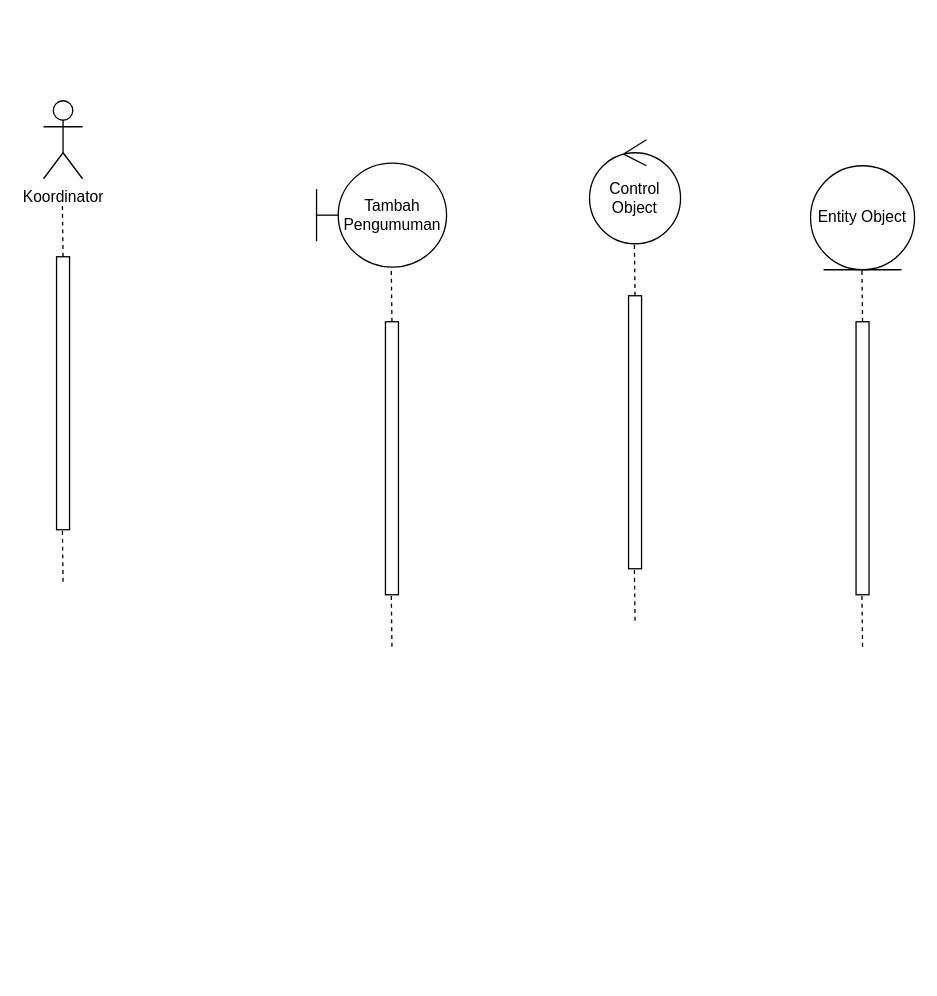
BagusCPaste/draw.io keeps this draw.io diagram as Website Bimbingan Online/Sequence Diagram/monitoring sidang.drawio. Above is the earlier version. Source tidied: cells renumbered, new cells numbered last; positions are measured from the earlier drawing's top-left corner, leaving out a move shared by most shapes. Both pictures are drawn from the tidied source at 130%, with x=0, y=0 at pixel (43, 100).
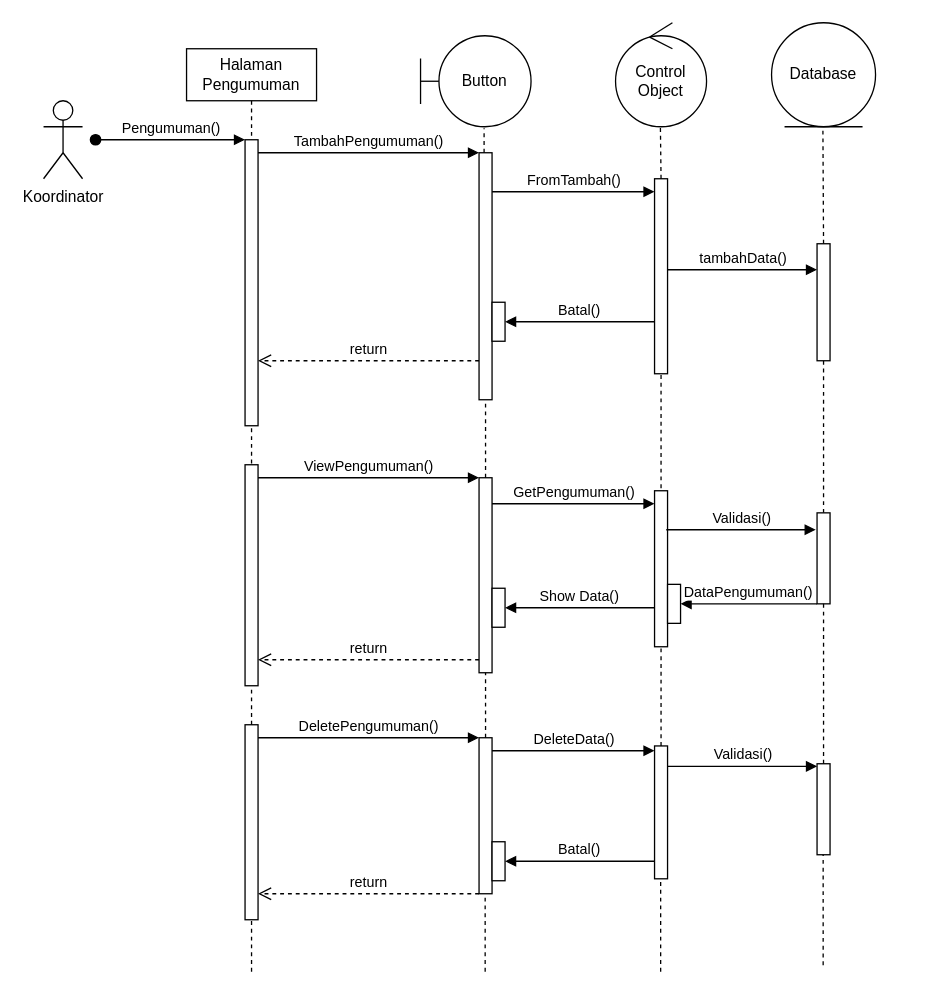
Above is the later version.

Diff of the diagram source:
```diff
@@
+    <mxCell id="29" value="Halaman Pengumuman" style="shape=umlLifeline;perimeter=lifelinePerimeter;whiteSpace=wrap;html=1;newEdgeStyle={&quot;edgeStyle&quot;:&quot;elbowEdgeStyle&quot;,&quot;elbow&quot;:&quot;vertical&quot;,&quot;curved&quot;:0,&quot;rounded&quot;:0};" parent="1" vertex="1">
+      <mxGeometry x="110" y="-40" width="100" height="370" as="geometry" />
+    </mxCell>
+    <mxCell id="30" style="html=1;points=[];perimeter=orthogonalPerimeter;outlineConnect=0;targetShapes=umlLifeline;portConstraint=eastwest;newEdgeStyle={&quot;edgeStyle&quot;:&quot;elbowEdgeStyle&quot;,&quot;elbow&quot;:&quot;vertical&quot;,&quot;curved&quot;:0,&quot;rounded&quot;:0};" parent="29" vertex="1">
+      <mxGeometry x="45" y="70" width="10" height="220" as="geometry" />
+    </mxCell>
+    <mxCell id="31" value="Pengumuman()" style="html=1;verticalAlign=bottom;startArrow=oval;endArrow=block;startSize=8;edgeStyle=elbowEdgeStyle;elbow=vertical;curved=0;rounded=0;" parent="29" edge="1" target="30">
+      <mxGeometry relative="1" as="geometry">
+        <mxPoint x="-70" y="70" as="sourcePoint" />
+      </mxGeometry>
+    </mxCell>
+    <mxCell id="32" value="TambahPengumuman()" style="html=1;verticalAlign=bottom;endArrow=block;edgeStyle=elbowEdgeStyle;elbow=vertical;curved=0;rounded=0;" parent="1" edge="1" source="30" target="67">
+      <mxGeometry relative="1" as="geometry">
+        <Array as="points">
+          <mxPoint x="250" y="40" />
+        </Array>
+      </mxGeometry>
+    </mxCell>
+    <mxCell id="33" value="return" style="html=1;verticalAlign=bottom;endArrow=open;dashed=1;endSize=8;edgeStyle=elbowEdgeStyle;elbow=vertical;curved=0;rounded=0;" parent="1" edge="1" source="67" target="30">
+      <mxGeometry relative="1" as="geometry">
+        <Array as="points">
+          <mxPoint x="260" y="200" />
+        </Array>
+      </mxGeometry>
+    </mxCell>
@@
-    <mxCell id="3" style="group;" parent="1" vertex="1">
-      <mxGeometry x="420" y="30" width="70" height="370" as="geometry" />
-    </mxCell>
+    <mxCell id="34" style="group;" parent="1" vertex="1">
+      <mxGeometry x="440" y="-60" width="70" height="370" as="geometry" />
+    </mxCell>
-    <mxCell id="4" value="Control Object" style="ellipse;shape=umlControl;whiteSpace=wrap;html=1;" parent="3" vertex="1">
+    <mxCell id="4" value="Control Object" style="ellipse;shape=umlControl;whiteSpace=wrap;html=1;" parent="34" vertex="1">
       <mxGeometry width="70" height="80" as="geometry" />
     </mxCell>
-    <mxCell id="5" style="group;" parent="3" vertex="1">
+    <mxCell id="5" style="group;" parent="34" vertex="1">
       <mxGeometry x="30" y="80" width="10" height="290" as="geometry" />
     </mxCell>
-    <mxCell id="6" style="group;" parent="5" vertex="1">
-      <mxGeometry y="40" width="10" height="250" as="geometry" />
-    </mxCell>
-    <mxCell id="7" style="html=1;perimeter=orthogonalPerimeter;targetShapes=umlLifeline;newEdgeStyle={&quot;curved&quot;:0,&quot;rounded&quot;:0};" parent="6" vertex="1">
-      <mxGeometry width="10" height="210" as="geometry" />
-    </mxCell>
-    <mxCell id="8" style="endArrow=none;dashed=1;html=1;rounded=0;" parent="6" edge="1">
-      <mxGeometry relative="1" as="geometry">
-        <mxPoint x="5" y="250" as="sourcePoint" />
-        <mxPoint x="4.5" y="210" as="targetPoint" />
-      </mxGeometry>
-    </mxCell>
-    <mxCell id="9" style="endArrow=none;dashed=1;html=1;rounded=0;" parent="5" edge="1">
-      <mxGeometry relative="1" as="geometry">
-        <mxPoint x="5" y="40" as="sourcePoint" />
-        <mxPoint x="4.5" as="targetPoint" />
-      </mxGeometry>
-    </mxCell>
-    <mxCell id="10" style="group;" parent="1" vertex="1">
-      <mxGeometry x="590" y="50" width="80" height="370" as="geometry" />
-    </mxCell>
-    <mxCell id="11" value="Entity Object" style="ellipse;shape=umlEntity;whiteSpace=wrap;html=1;" parent="10" vertex="1">
-      <mxGeometry width="80" height="80" as="geometry" />
-    </mxCell>
-    <mxCell id="12" style="group;" parent="10" vertex="1">
-      <mxGeometry x="35" y="80" width="10" height="290" as="geometry" />
-    </mxCell>
-    <mxCell id="13" style="group;" parent="12" vertex="1">
-      <mxGeometry y="40" width="10" height="250" as="geometry" />
-    </mxCell>
-    <mxCell id="14" style="html=1;perimeter=orthogonalPerimeter;targetShapes=umlLifeline;newEdgeStyle={&quot;curved&quot;:0,&quot;rounded&quot;:0};" parent="13" vertex="1">
-      <mxGeometry width="10" height="210" as="geometry" />
-    </mxCell>
-    <mxCell id="15" style="endArrow=none;dashed=1;html=1;rounded=0;" parent="13" edge="1">
-      <mxGeometry relative="1" as="geometry">
-        <mxPoint x="5" y="250" as="sourcePoint" />
-        <mxPoint x="4.5" y="210" as="targetPoint" />
-      </mxGeometry>
-    </mxCell>
-    <mxCell id="16" style="endArrow=none;dashed=1;html=1;rounded=0;" parent="12" edge="1">
-      <mxGeometry relative="1" as="geometry">
-        <mxPoint x="5" y="40" as="sourcePoint" />
-        <mxPoint x="4.5" as="targetPoint" />
-      </mxGeometry>
-    </mxCell>
-    <mxCell id="17" style="group;" parent="1" vertex="1">
-      <mxGeometry x="10" y="80" width="10" height="290" as="geometry" />
-    </mxCell>
-    <mxCell id="18" style="group;" parent="17" vertex="1">
-      <mxGeometry y="40" width="10" height="250" as="geometry" />
-    </mxCell>
-    <mxCell id="19" style="html=1;perimeter=orthogonalPerimeter;targetShapes=umlLifeline;newEdgeStyle={&quot;curved&quot;:0,&quot;rounded&quot;:0};" parent="18" vertex="1">
-      <mxGeometry width="10" height="210" as="geometry" />
-    </mxCell>
-    <mxCell id="20" style="endArrow=none;dashed=1;html=1;rounded=0;" parent="18" edge="1">
-      <mxGeometry relative="1" as="geometry">
-        <mxPoint x="5" y="250" as="sourcePoint" />
-        <mxPoint x="4.5" y="210" as="targetPoint" />
-      </mxGeometry>
-    </mxCell>
-    <mxCell id="21" style="endArrow=none;dashed=1;html=1;rounded=0;" parent="17" edge="1">
-      <mxGeometry relative="1" as="geometry">
-        <mxPoint x="5" y="40" as="sourcePoint" />
-        <mxPoint x="4.5" as="targetPoint" />
-      </mxGeometry>
-    </mxCell>
-    <mxCell id="22" style="group;" parent="1" vertex="1">
-      <mxGeometry x="210" y="48" width="100" height="372" as="geometry" />
-    </mxCell>
-    <mxCell id="23" value="Tambah Pengumuman" style="shape=umlBoundary;whiteSpace=wrap;html=1;" parent="22" vertex="1">
-      <mxGeometry width="100" height="80" as="geometry" />
-    </mxCell>
-    <mxCell id="24" style="group;" parent="22" vertex="1">
-      <mxGeometry x="53" y="82" width="10" height="290" as="geometry" />
-    </mxCell>
-    <mxCell id="25" style="group;" parent="24" vertex="1">
-      <mxGeometry y="40" width="10" height="250" as="geometry" />
-    </mxCell>
-    <mxCell id="26" style="html=1;perimeter=orthogonalPerimeter;targetShapes=umlLifeline;newEdgeStyle={&quot;curved&quot;:0,&quot;rounded&quot;:0};" parent="25" vertex="1">
-      <mxGeometry width="10" height="210" as="geometry" />
-    </mxCell>
-    <mxCell id="27" style="endArrow=none;dashed=1;html=1;rounded=0;" parent="25" edge="1">
-      <mxGeometry relative="1" as="geometry">
-        <mxPoint x="5" y="250" as="sourcePoint" />
-        <mxPoint x="4.5" y="210" as="targetPoint" />
-      </mxGeometry>
-    </mxCell>
-    <mxCell id="28" style="endArrow=none;dashed=1;html=1;rounded=0;" parent="24" edge="1">
-      <mxGeometry relative="1" as="geometry">
-        <mxPoint x="5" y="40" as="sourcePoint" />
-        <mxPoint x="4.5" as="targetPoint" />
-      </mxGeometry>
-    </mxCell>
+    <mxCell id="35" style="group;" parent="5" vertex="1">
+      <mxGeometry y="40" width="10" height="250" as="geometry" />
+    </mxCell>
+    <mxCell id="36" style="html=1;points=[[0,0,0,0,5],[0,1,0,0,-5],[1,0,0,0,5],[1,1,0,0,-5]];perimeter=orthogonalPerimeter;outlineConnect=0;targetShapes=umlLifeline;portConstraint=eastwest;newEdgeStyle={&quot;curved&quot;:0,&quot;rounded&quot;:0};" parent="35" vertex="1">
+      <mxGeometry width="10" height="150" as="geometry" />
+    </mxCell>
+    <mxCell id="37" style="endArrow=none;dashed=1;html=1;rounded=0;" parent="35" edge="1" target="36">
+      <mxGeometry relative="1" as="geometry">
+        <mxPoint x="5" y="250" as="sourcePoint" />
+      </mxGeometry>
+    </mxCell>
+    <mxCell id="38" style="endArrow=none;dashed=1;html=1;rounded=0;" parent="5" edge="1">
+      <mxGeometry relative="1" as="geometry">
+        <mxPoint x="5" y="40" as="sourcePoint" />
+        <mxPoint x="4.5" as="targetPoint" />
+      </mxGeometry>
+    </mxCell>
+    <mxCell id="39" value="FromTambah()" style="html=1;verticalAlign=bottom;endArrow=block;edgeStyle=elbowEdgeStyle;elbow=vertical;curved=0;rounded=0;" parent="1" edge="1">
+      <mxGeometry relative="1" as="geometry">
+        <mxPoint x="345" y="70" as="sourcePoint" />
+        <mxPoint x="470" y="70" as="targetPoint" />
+        <Array as="points">
+          <mxPoint x="418" y="70" />
+        </Array>
+      </mxGeometry>
+    </mxCell>
+    <mxCell id="40" value="tambahData()" style="html=1;verticalAlign=bottom;endArrow=block;edgeStyle=elbowEdgeStyle;elbow=vertical;curved=0;rounded=0;" parent="1" edge="1" source="36" target="54">
+      <mxGeometry relative="1" as="geometry">
+        <Array as="points">
+          <mxPoint x="563" y="130" />
+        </Array>
+      </mxGeometry>
+    </mxCell>
+    <mxCell id="41" value="Database" style="ellipse;shape=umlEntity;whiteSpace=wrap;html=1;" parent="1" vertex="1">
+      <mxGeometry x="560" y="-60" width="80" height="80" as="geometry" />
+    </mxCell>
+    <mxCell id="42" style="endArrow=none;dashed=1;html=1;rounded=0;" parent="1" edge="1">
+      <mxGeometry relative="1" as="geometry">
+        <mxPoint x="600" y="110" as="sourcePoint" />
+        <mxPoint x="599.5" y="20" as="targetPoint" />
+      </mxGeometry>
+    </mxCell>
+    <mxCell id="43" value="Batal()" style="html=1;verticalAlign=bottom;endArrow=block;edgeStyle=elbowEdgeStyle;elbow=horizontal;curved=0;rounded=0;" parent="1" edge="1" target="68">
+      <mxGeometry relative="1" as="geometry">
+        <mxPoint x="470" y="170" as="sourcePoint" />
+        <Array as="points">
+          <mxPoint x="430" y="170" />
+        </Array>
+      </mxGeometry>
+    </mxCell>
+    <mxCell id="44" style="html=1;points=[];perimeter=orthogonalPerimeter;outlineConnect=0;targetShapes=umlLifeline;portConstraint=eastwest;newEdgeStyle={&quot;edgeStyle&quot;:&quot;elbowEdgeStyle&quot;,&quot;elbow&quot;:&quot;vertical&quot;,&quot;curved&quot;:0,&quot;rounded&quot;:0};" parent="1" vertex="1">
+      <mxGeometry x="155" y="280" width="10" height="170" as="geometry" />
+    </mxCell>
+    <mxCell id="45" value="ViewPengumuman()" style="html=1;verticalAlign=bottom;endArrow=block;edgeStyle=elbowEdgeStyle;elbow=vertical;curved=0;rounded=0;" parent="1" edge="1">
+      <mxGeometry relative="1" as="geometry">
+        <mxPoint x="165" y="290" as="sourcePoint" />
+        <mxPoint x="335" y="290" as="targetPoint" />
+        <Array as="points">
+          <mxPoint x="250" y="290" />
+        </Array>
+      </mxGeometry>
+    </mxCell>
+    <mxCell id="46" style="html=1;points=[];perimeter=orthogonalPerimeter;outlineConnect=0;targetShapes=umlLifeline;portConstraint=eastwest;newEdgeStyle={&quot;edgeStyle&quot;:&quot;elbowEdgeStyle&quot;,&quot;elbow&quot;:&quot;vertical&quot;,&quot;curved&quot;:0,&quot;rounded&quot;:0};" parent="1" vertex="1">
+      <mxGeometry x="335" y="290" width="10" height="150" as="geometry" />
+    </mxCell>
+    <mxCell id="47" style="group;" parent="1" vertex="1">
+      <mxGeometry x="470" y="300" width="10" height="370" as="geometry" />
+    </mxCell>
+    <mxCell id="48" style="html=1;points=[[0,0,0,0,5],[0,1,0,0,-5],[1,0,0,0,5],[1,1,0,0,-5]];perimeter=orthogonalPerimeter;outlineConnect=0;targetShapes=umlLifeline;portConstraint=eastwest;newEdgeStyle={&quot;curved&quot;:0,&quot;rounded&quot;:0};" parent="47" vertex="1">
+      <mxGeometry width="10" height="120" as="geometry" />
+    </mxCell>
+    <mxCell id="49" style="group;" parent="47" vertex="1">
+      <mxGeometry y="135" width="10" height="235" as="geometry" />
+    </mxCell>
+    <mxCell id="50" style="html=1;points=[];perimeter=orthogonalPerimeter;outlineConnect=0;targetShapes=umlLifeline;portConstraint=eastwest;newEdgeStyle={&quot;edgeStyle&quot;:&quot;elbowEdgeStyle&quot;,&quot;elbow&quot;:&quot;vertical&quot;,&quot;curved&quot;:0,&quot;rounded&quot;:0};" parent="49" vertex="1">
+      <mxGeometry y="61.3" width="10" height="102.2" as="geometry" />
+    </mxCell>
+    <mxCell id="51" style="endArrow=none;dashed=1;html=1;rounded=0;" parent="49" edge="1" target="50">
+      <mxGeometry relative="1" as="geometry">
+        <mxPoint x="4.7" y="235" as="sourcePoint" />
+      </mxGeometry>
+    </mxCell>
+    <mxCell id="52" style="endArrow=none;dashed=1;html=1;rounded=0;" parent="47" edge="1" source="50" target="48">
+      <mxGeometry relative="1" as="geometry" />
+    </mxCell>
+    <mxCell id="53" style="endArrow=none;dashed=1;html=1;rounded=0;" parent="1" edge="1" source="55" target="54">
+      <mxGeometry relative="1" as="geometry" />
+    </mxCell>
+    <mxCell id="54" style="html=1;points=[[0,0,0,0,5],[0,1,0,0,-5],[1,0,0,0,5],[1,1,0,0,-5]];perimeter=orthogonalPerimeter;outlineConnect=0;targetShapes=umlLifeline;portConstraint=eastwest;newEdgeStyle={&quot;curved&quot;:0,&quot;rounded&quot;:0};" parent="1" vertex="1">
+      <mxGeometry x="595" y="110" width="10" height="90" as="geometry" />
+    </mxCell>
+    <mxCell id="55" style="html=1;points=[[0,0,0,0,5],[0,1,0,0,-5],[1,0,0,0,5],[1,1,0,0,-5]];perimeter=orthogonalPerimeter;outlineConnect=0;targetShapes=umlLifeline;portConstraint=eastwest;newEdgeStyle={&quot;curved&quot;:0,&quot;rounded&quot;:0};" parent="1" vertex="1">
+      <mxGeometry x="595" y="317" width="10" height="70" as="geometry" />
+    </mxCell>
+    <mxCell id="56" style="html=1;points=[];perimeter=orthogonalPerimeter;outlineConnect=0;targetShapes=umlLifeline;portConstraint=eastwest;newEdgeStyle={&quot;edgeStyle&quot;:&quot;elbowEdgeStyle&quot;,&quot;elbow&quot;:&quot;vertical&quot;,&quot;curved&quot;:0,&quot;rounded&quot;:0};" parent="1" vertex="1">
+      <mxGeometry x="155" y="480" width="10" height="150" as="geometry" />
+    </mxCell>
+    <mxCell id="57" style="endArrow=none;dashed=1;html=1;rounded=0;" parent="1" edge="1" source="56" target="44">
+      <mxGeometry relative="1" as="geometry" />
+    </mxCell>
+    <mxCell id="58" value="DeletePengumuman()" style="html=1;verticalAlign=bottom;endArrow=block;edgeStyle=elbowEdgeStyle;elbow=vertical;curved=0;rounded=0;" parent="1" edge="1">
+      <mxGeometry relative="1" as="geometry">
+        <mxPoint x="165" y="490" as="sourcePoint" />
+        <mxPoint x="335" y="490" as="targetPoint" />
+        <Array as="points">
+          <mxPoint x="250" y="490" />
+        </Array>
+      </mxGeometry>
+    </mxCell>
+    <mxCell id="59" style="endArrow=none;dashed=1;html=1;rounded=0;" parent="1" edge="1" target="56">
+      <mxGeometry relative="1" as="geometry">
+        <mxPoint x="160" y="670" as="sourcePoint" />
+      </mxGeometry>
+    </mxCell>
+    <mxCell id="60" style="html=1;points=[];perimeter=orthogonalPerimeter;outlineConnect=0;targetShapes=umlLifeline;portConstraint=eastwest;newEdgeStyle={&quot;edgeStyle&quot;:&quot;elbowEdgeStyle&quot;,&quot;elbow&quot;:&quot;vertical&quot;,&quot;curved&quot;:0,&quot;rounded&quot;:0};" parent="1" vertex="1">
+      <mxGeometry x="335" y="490" width="10" height="120" as="geometry" />
+    </mxCell>
+    <mxCell id="61" style="endArrow=none;dashed=1;html=1;rounded=0;" parent="1" edge="1" source="60" target="46">
+      <mxGeometry relative="1" as="geometry" />
+    </mxCell>
+    <mxCell id="62" style="endArrow=none;dashed=1;html=1;rounded=0;" parent="1" edge="1" target="60">
+      <mxGeometry relative="1" as="geometry">
+        <mxPoint x="339.7" y="670" as="sourcePoint" />
+      </mxGeometry>
+    </mxCell>
+    <mxCell id="63" style="html=1;points=[];perimeter=orthogonalPerimeter;outlineConnect=0;targetShapes=umlLifeline;portConstraint=eastwest;newEdgeStyle={&quot;edgeStyle&quot;:&quot;elbowEdgeStyle&quot;,&quot;elbow&quot;:&quot;vertical&quot;,&quot;curved&quot;:0,&quot;rounded&quot;:0};" parent="1" vertex="1">
+      <mxGeometry x="595" y="510" width="10" height="70" as="geometry" />
+    </mxCell>
+    <mxCell id="64" style="endArrow=none;dashed=1;html=1;rounded=0;" parent="1" edge="1" source="63" target="55">
+      <mxGeometry relative="1" as="geometry" />
+    </mxCell>
+    <mxCell id="65" style="endArrow=none;dashed=1;html=1;rounded=0;" parent="1" edge="1" target="63">
+      <mxGeometry relative="1" as="geometry">
+        <mxPoint x="599.7" y="665" as="sourcePoint" />
+      </mxGeometry>
+    </mxCell>
+    <mxCell id="66" value="Button" style="shape=umlBoundary;whiteSpace=wrap;html=1;" parent="1" vertex="1">
+      <mxGeometry x="290" y="-50" width="85" height="70" as="geometry" />
+    </mxCell>
+    <mxCell id="67" style="html=1;points=[];perimeter=orthogonalPerimeter;outlineConnect=0;targetShapes=umlLifeline;portConstraint=eastwest;newEdgeStyle={&quot;edgeStyle&quot;:&quot;elbowEdgeStyle&quot;,&quot;elbow&quot;:&quot;vertical&quot;,&quot;curved&quot;:0,&quot;rounded&quot;:0};" parent="1" vertex="1">
+      <mxGeometry x="335" y="40" width="10" height="190" as="geometry" />
+    </mxCell>
+    <mxCell id="68" style="html=1;points=[[0,0,0,0,5],[0,1,0,0,-5],[1,0,0,0,5],[1,1,0,0,-5]];perimeter=orthogonalPerimeter;outlineConnect=0;targetShapes=umlLifeline;portConstraint=eastwest;newEdgeStyle={&quot;curved&quot;:0,&quot;rounded&quot;:0};" parent="1" vertex="1">
+      <mxGeometry x="345" y="155" width="10" height="30" as="geometry" />
+    </mxCell>
+    <mxCell id="69" style="endArrow=none;dashed=1;html=1;rounded=0;" parent="1" edge="1" source="46" target="67">
+      <mxGeometry relative="1" as="geometry" />
+    </mxCell>
+    <mxCell id="70" style="endArrow=none;dashed=1;html=1;rounded=0;entryX=0.575;entryY=1.016;entryDx=0;entryDy=0;entryPerimeter=0;" parent="1" edge="1" source="67" target="66">
+      <mxGeometry relative="1" as="geometry" />
+    </mxCell>
+    <mxCell id="71" value="Show Data()" style="html=1;verticalAlign=bottom;endArrow=block;edgeStyle=elbowEdgeStyle;elbow=horizontal;curved=0;rounded=0;" parent="1" edge="1" target="72">
+      <mxGeometry relative="1" as="geometry">
+        <mxPoint x="470" y="390" as="sourcePoint" />
+        <Array as="points">
+          <mxPoint x="430" y="390" />
+        </Array>
+      </mxGeometry>
+    </mxCell>
+    <mxCell id="72" style="html=1;points=[[0,0,0,0,5],[0,1,0,0,-5],[1,0,0,0,5],[1,1,0,0,-5]];perimeter=orthogonalPerimeter;outlineConnect=0;targetShapes=umlLifeline;portConstraint=eastwest;newEdgeStyle={&quot;curved&quot;:0,&quot;rounded&quot;:0};" parent="1" vertex="1">
+      <mxGeometry x="345" y="375" width="10" height="30" as="geometry" />
+    </mxCell>
+    <mxCell id="73" value="Batal()" style="html=1;verticalAlign=bottom;endArrow=block;edgeStyle=elbowEdgeStyle;elbow=vertical;curved=0;rounded=0;" parent="1" edge="1" target="74">
+      <mxGeometry relative="1" as="geometry">
+        <mxPoint x="470" y="585" as="sourcePoint" />
+        <Array as="points">
+          <mxPoint x="430" y="585" />
+        </Array>
+      </mxGeometry>
+    </mxCell>
+    <mxCell id="74" style="html=1;points=[[0,0,0,0,5],[0,1,0,0,-5],[1,0,0,0,5],[1,1,0,0,-5]];perimeter=orthogonalPerimeter;outlineConnect=0;targetShapes=umlLifeline;portConstraint=eastwest;newEdgeStyle={&quot;curved&quot;:0,&quot;rounded&quot;:0};" parent="1" vertex="1">
+      <mxGeometry x="345" y="570" width="10" height="30" as="geometry" />
+    </mxCell>
+    <mxCell id="75" value="DataPengumuman()" style="html=1;verticalAlign=bottom;endArrow=block;edgeStyle=elbowEdgeStyle;elbow=vertical;curved=0;rounded=0;" parent="1" edge="1" target="76">
+      <mxGeometry relative="1" as="geometry">
+        <mxPoint x="595" y="387" as="sourcePoint" />
+        <Array as="points">
+          <mxPoint x="565" y="387" />
+        </Array>
+      </mxGeometry>
+    </mxCell>
+    <mxCell id="76" style="html=1;points=[[0,0,0,0,5],[0,1,0,0,-5],[1,0,0,0,5],[1,1,0,0,-5]];perimeter=orthogonalPerimeter;outlineConnect=0;targetShapes=umlLifeline;portConstraint=eastwest;newEdgeStyle={&quot;curved&quot;:0,&quot;rounded&quot;:0};" parent="1" vertex="1">
+      <mxGeometry x="480" y="372" width="10" height="30" as="geometry" />
+    </mxCell>
+    <mxCell id="77" value="return" style="html=1;verticalAlign=bottom;endArrow=open;dashed=1;endSize=8;edgeStyle=elbowEdgeStyle;elbow=vertical;curved=0;rounded=0;" parent="1" edge="1">
+      <mxGeometry relative="1" as="geometry">
+        <mxPoint x="335" y="430" as="sourcePoint" />
+        <mxPoint x="165" y="430" as="targetPoint" />
+        <Array as="points">
+          <mxPoint x="260" y="430" />
+        </Array>
+      </mxGeometry>
+    </mxCell>
+    <mxCell id="78" value="return" style="html=1;verticalAlign=bottom;endArrow=open;dashed=1;endSize=8;edgeStyle=elbowEdgeStyle;elbow=vertical;curved=0;rounded=0;" parent="1" edge="1">
+      <mxGeometry relative="1" as="geometry">
+        <mxPoint x="335" y="610" as="sourcePoint" />
+        <mxPoint x="165" y="610" as="targetPoint" />
+        <Array as="points">
+          <mxPoint x="260" y="610" />
+        </Array>
+      </mxGeometry>
+    </mxCell>
+    <mxCell id="79" value="Validasi()" style="html=1;verticalAlign=bottom;endArrow=block;edgeStyle=elbowEdgeStyle;elbow=vertical;curved=0;rounded=0;" parent="1" edge="1">
+      <mxGeometry relative="1" as="geometry">
+        <mxPoint x="479" y="330" as="sourcePoint" />
+        <mxPoint x="594" y="330" as="targetPoint" />
+        <Array as="points">
+          <mxPoint x="562" y="330" />
+        </Array>
+      </mxGeometry>
+    </mxCell>
+    <mxCell id="80" value="GetPengumuman()" style="html=1;verticalAlign=bottom;endArrow=block;edgeStyle=elbowEdgeStyle;elbow=vertical;curved=0;rounded=0;" parent="1" edge="1">
+      <mxGeometry relative="1" as="geometry">
+        <mxPoint x="345" y="310" as="sourcePoint" />
+        <mxPoint x="470" y="310" as="targetPoint" />
+        <Array as="points">
+          <mxPoint x="418" y="310" />
+        </Array>
+      </mxGeometry>
+    </mxCell>
+    <mxCell id="81" value="Validasi()" style="html=1;verticalAlign=bottom;endArrow=block;edgeStyle=elbowEdgeStyle;elbow=vertical;curved=0;rounded=0;" parent="1" edge="1">
+      <mxGeometry relative="1" as="geometry">
+        <mxPoint x="480" y="512" as="sourcePoint" />
+        <mxPoint x="595" y="512" as="targetPoint" />
+        <Array as="points">
+          <mxPoint x="563" y="512" />
+        </Array>
+      </mxGeometry>
+    </mxCell>
+    <mxCell id="82" value="DeleteData()" style="html=1;verticalAlign=bottom;endArrow=block;edgeStyle=elbowEdgeStyle;elbow=horizontal;curved=0;rounded=0;" parent="1" edge="1">
+      <mxGeometry relative="1" as="geometry">
+        <mxPoint x="345" y="500" as="sourcePoint" />
+        <mxPoint x="470" y="500" as="targetPoint" />
+        <Array as="points">
+          <mxPoint x="418" y="500" />
+        </Array>
+      </mxGeometry>
+    </mxCell>
```
